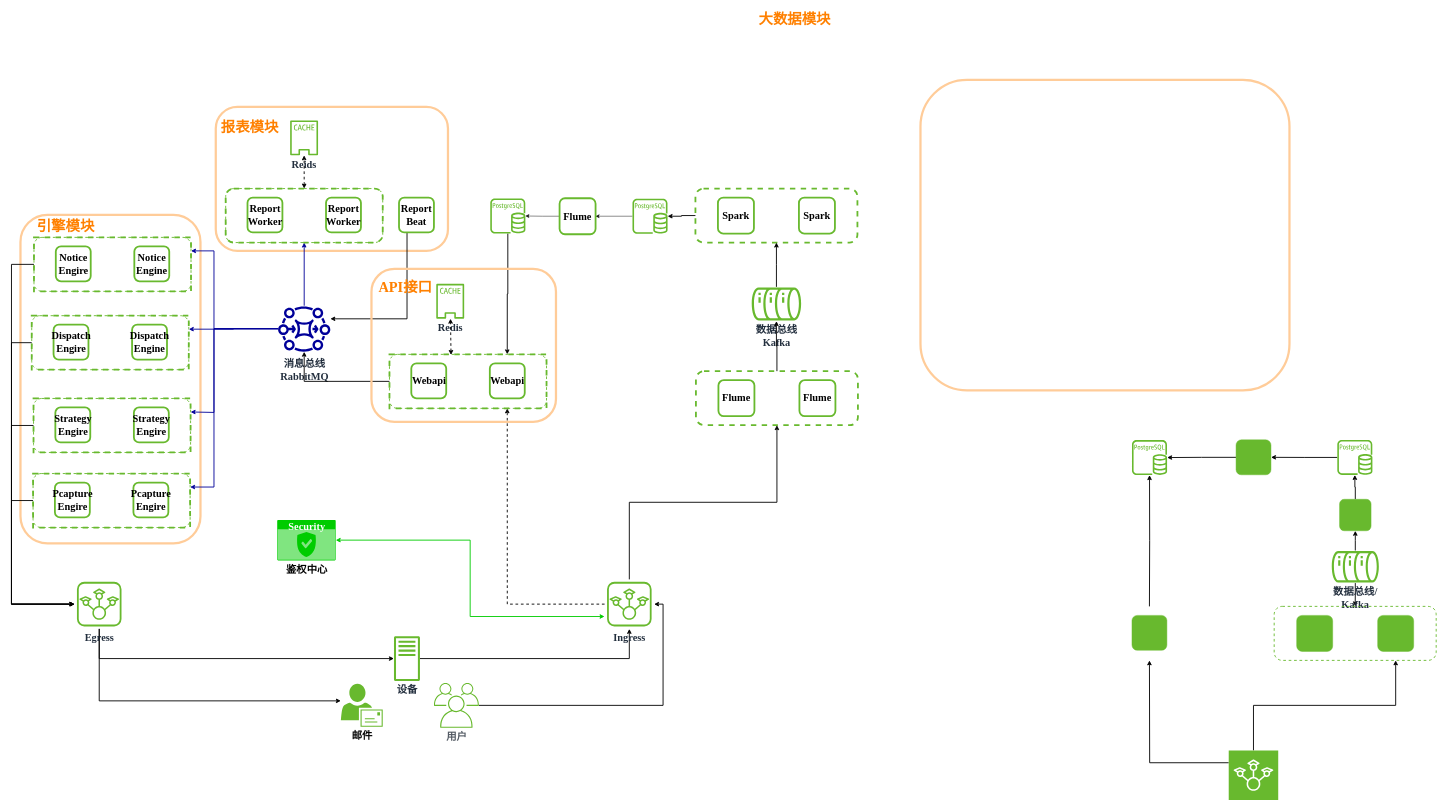
The draw.io diagram arch-2022.drawio in caihuayu0322/drawio-github, before the edit. Source tidied: cells renumbered, new cells numbered last; positions are measured from the earlier drawing's top-left corner, leaving out a move shared by most shapes. Both pictures are drawn from the tidied source at 45%, with x=0, y=0 at pixel (11, 8).
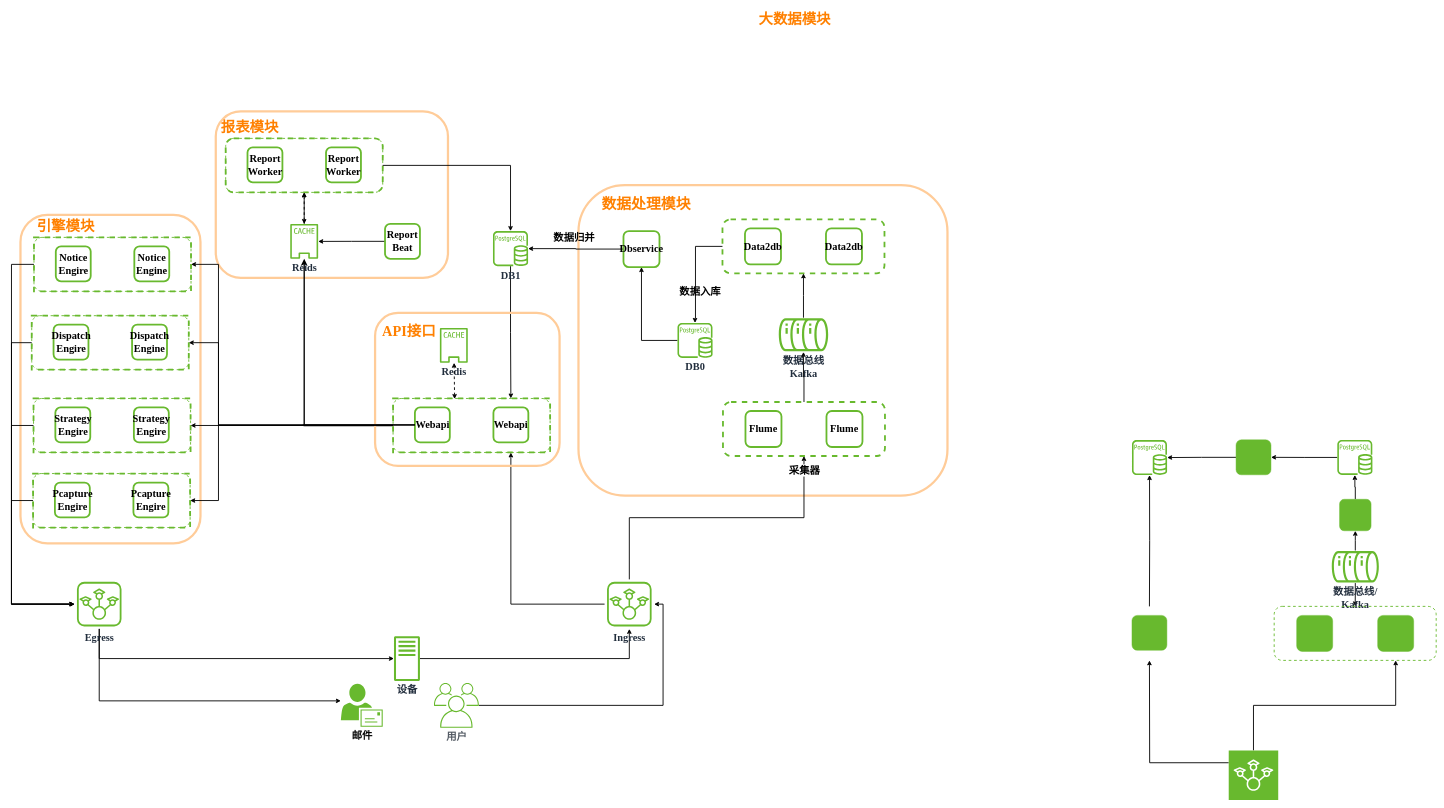
The same diagram, later.

The change refers to these unchanged cells:
```xml
<mxCell id="24" style="edgeStyle=orthogonalEdgeStyle;rounded=0;jettySize=auto;html=1;exitX=0.5;exitY=1;exitDx=0;exitDy=0;exitPerimeter=0;entryX=0.5;entryY=1;entryDx=0;entryDy=0;strokeWidth=2;fontStyle=1;fontFamily=Garamond;fontSize=23;" parent="1" edge="1" source="30" target="92">
  <mxGeometry relative="1" as="geometry" />
</mxCell>
<mxCell id="30" value="Ingress" style="sketch=0;points=[[0,0,0],[0.25,0,0],[0.5,0,0],[0.75,0,0],[1,0,0],[0,1,0],[0.25,1,0],[0.5,1,0],[0.75,1,0],[1,1,0],[0,0.25,0],[0,0.5,0],[0,0.75,0],[1,0.25,0],[1,0.5,0],[1,0.75,0]];outlineConnect=0;fontColor=#232F3E;gradientColor=none;gradientDirection=north;fillColor=none;strokeColor=#68B92E;dashed=0;verticalLabelPosition=bottom;verticalAlign=top;align=center;html=1;fontSize=23;fontStyle=1;shape=mxgraph.aws4.resourceIcon;resIcon=mxgraph.aws4.iot_sitewise;rounded=1;strokeWidth=1;direction=west;fontFamily=Garamond;" parent="1" vertex="1">
  <mxGeometry x="1318" y="1270" width="110" height="110" as="geometry" />
</mxCell>
<mxCell id="39" style="rounded=1;whiteSpace=wrap;html=1;strokeColor=#68B92E;fillColor=none;gradientColor=#68B92E;dashed=1;strokeWidth=2;fontStyle=1;fontFamily=Garamond;fontSize=23;" parent="38" vertex="1">
  <mxGeometry width="349" height="120" as="geometry" />
</mxCell>
<mxCell id="45" style="rounded=1;whiteSpace=wrap;html=1;strokeColor=#68B92E;fillColor=none;gradientColor=#68B92E;dashed=1;strokeWidth=2;fontStyle=1;fontFamily=Garamond;fontSize=23;" parent="44" vertex="1">
  <mxGeometry width="349" height="120" as="geometry" />
</mxCell>
<mxCell id="52" style="rounded=1;whiteSpace=wrap;html=1;strokeColor=#68B92E;fillColor=none;gradientColor=#68B92E;dashed=1;strokeWidth=2;fontStyle=1;fontFamily=Garamond;fontSize=23;" parent="51" vertex="1">
  <mxGeometry width="349" height="120" as="geometry" />
</mxCell>
<mxCell id="57" style="rounded=1;whiteSpace=wrap;html=1;strokeColor=#68B92E;fillColor=none;gradientColor=#68B92E;dashed=1;strokeWidth=2;fontStyle=1;fontFamily=Garamond;fontSize=23;" parent="56" vertex="1">
  <mxGeometry width="349" height="120" as="geometry" />
</mxCell>
<mxCell id="67" style="rounded=1;whiteSpace=wrap;html=1;strokeColor=#68B92E;fillColor=none;gradientColor=#68B92E;dashed=1;strokeWidth=2;fontStyle=1;fontFamily=Garamond;fontSize=23;" parent="66" vertex="1">
  <mxGeometry width="349" height="120" as="geometry" />
</mxCell>
<mxCell id="83" style="rounded=1;whiteSpace=wrap;html=1;strokeColor=#68B92E;fillColor=none;gradientColor=#68B92E;dashed=1;strokeWidth=2;fontStyle=1;fontFamily=Garamond;fontSize=23;" parent="82" vertex="1">
  <mxGeometry width="349" height="120" as="geometry" />
</mxCell>
<mxCell id="84" value="Webapi" style="whiteSpace=wrap;html=1;strokeColor=#68B92E;fillColor=none;gradientColor=#68B92E;rounded=1;fontStyle=1;fontFamily=Garamond;fontSize=23;strokeWidth=4;" parent="82" vertex="1">
  <mxGeometry x="48.5" y="20" width="77.6" height="77.6" as="geometry" />
</mxCell>
<mxCell id="96" style="rounded=1;whiteSpace=wrap;html=1;strokeColor=#68B92E;fillColor=none;gradientColor=#68B92E;dashed=1;strokeWidth=4;fontStyle=1;fontFamily=Garamond;fontSize=23;" parent="95" vertex="1">
  <mxGeometry width="360" height="120" as="geometry" />
</mxCell>
```

The edit, as a diff of the source:
```diff
@@
+    <mxCell id="22" style="rounded=1;whiteSpace=wrap;html=1;shadow=0;sketch=0;strokeColor=#FFCC99;strokeWidth=5;fillColor=none;gradientColor=none;fontStyle=1;fontFamily=Garamond;fontSize=23;" parent="1" vertex="1">
+      <mxGeometry x="1260" y="394" width="820" height="690" as="geometry" />
+    </mxCell>
@@
     <mxCell id="21" style="rounded=1;whiteSpace=wrap;html=1;shadow=0;sketch=0;strokeColor=#FFCC99;strokeWidth=5;fillColor=none;gradientColor=none;fontStyle=1;fontFamily=Garamond;fontSize=23;" parent="1" vertex="1">
-      <mxGeometry x="454" y="220" width="516" height="320" as="geometry" />
+      <mxGeometry x="454" y="230" width="516" height="370" as="geometry" />
     </mxCell>
-    <mxCell id="22" style="rounded=1;whiteSpace=wrap;html=1;shadow=0;sketch=0;strokeColor=#FFCC99;strokeWidth=5;fillColor=none;gradientColor=none;fontStyle=1;fontFamily=Garamond;fontSize=23;" parent="1" vertex="1">
-      <mxGeometry x="2020" y="160" width="820" height="690" as="geometry" />
-    </mxCell>
@@
+    <mxCell id="105" value="&lt;b&gt;采集器&lt;/b&gt;" style="edgeLabel;html=1;align=center;verticalAlign=middle;fontSize=23;" parent="24" vertex="1">
+      <mxGeometry x="0.91" relative="1" as="geometry">
+        <mxPoint y="1" as="offset" />
+      </mxGeometry>
+    </mxCell>
@@
-    <mxCell id="29" style="edgeStyle=orthogonalEdgeStyle;rounded=0;jettySize=auto;html=1;strokeColor=#000000;strokeWidth=2;entryX=0.75;entryY=1;entryDx=0;entryDy=0;fontStyle=1;fontFamily=Garamond;fontSize=23;dashed=1;" parent="1" edge="1" source="30" target="83">
+    <mxCell id="29" style="edgeStyle=orthogonalEdgeStyle;rounded=0;jettySize=auto;html=1;strokeColor=#000000;strokeWidth=2;entryX=0.75;entryY=1;entryDx=0;entryDy=0;fontStyle=1;fontFamily=Garamond;fontSize=23;" parent="1" edge="1" source="30" target="83">
       <mxGeometry relative="1" as="geometry" />
     </mxCell>
@@
-    <mxCell id="31" style="edgeStyle=orthogonalEdgeStyle;rounded=0;jettySize=auto;html=1;entryX=0.5;entryY=1;entryDx=0;entryDy=0;strokeColor=#000099;strokeWidth=2;fontStyle=1;fontFamily=Garamond;fontSize=23;" parent="1" edge="1" source="36" target="39">
-      <mxGeometry relative="1" as="geometry" />
-    </mxCell>
-    <mxCell id="32" style="edgeStyle=orthogonalEdgeStyle;rounded=0;jettySize=auto;html=1;entryX=1;entryY=0.25;entryDx=0;entryDy=0;strokeColor=#000099;strokeWidth=2;fontStyle=1;fontFamily=Garamond;fontSize=23;" parent="1" edge="1" source="36" target="45">
-      <mxGeometry relative="1" as="geometry">
-        <Array as="points">
-          <mxPoint x="450" y="713" />
-          <mxPoint x="450" y="899" />
-        </Array>
-      </mxGeometry>
-    </mxCell>
-    <mxCell id="33" style="edgeStyle=orthogonalEdgeStyle;rounded=0;jettySize=auto;html=1;entryX=1;entryY=0.25;entryDx=0;entryDy=0;strokeColor=#000099;strokeWidth=2;fontStyle=1;fontFamily=Garamond;fontSize=23;" parent="1" edge="1" source="36" target="52">
-      <mxGeometry relative="1" as="geometry" />
-    </mxCell>
-    <mxCell id="34" style="edgeStyle=orthogonalEdgeStyle;rounded=0;jettySize=auto;html=1;entryX=1;entryY=0.25;entryDx=0;entryDy=0;strokeColor=#000099;strokeWidth=2;fontStyle=1;fontFamily=Garamond;fontSize=23;" parent="1" edge="1" source="36" target="57">
-      <mxGeometry relative="1" as="geometry">
-        <Array as="points">
-          <mxPoint x="450" y="713" />
-          <mxPoint x="450" y="540" />
-        </Array>
-      </mxGeometry>
-    </mxCell>
-    <mxCell id="35" style="edgeStyle=orthogonalEdgeStyle;rounded=0;jettySize=auto;html=1;entryX=1;entryY=0.25;entryDx=0;entryDy=0;strokeColor=#000099;strokeWidth=2;fontStyle=1;fontFamily=Garamond;fontSize=23;" parent="1" edge="1" source="36" target="67">
-      <mxGeometry relative="1" as="geometry">
-        <Array as="points">
-          <mxPoint x="450" y="713" />
-          <mxPoint x="450" y="1065" />
-        </Array>
-      </mxGeometry>
-    </mxCell>
-    <mxCell id="36" value="消息总线&lt;br style=&quot;font-size: 23px;&quot;&gt;RabbitMQ" style="sketch=0;outlineConnect=0;fontColor=#232F3E;gradientColor=none;fillColor=#000099;strokeColor=none;dashed=0;verticalLabelPosition=bottom;verticalAlign=top;align=center;html=1;fontSize=23;fontStyle=1;shape=mxgraph.aws4.mq_broker;rounded=1;shadow=0;strokeWidth=1;fontFamily=Garamond;" parent="1" vertex="1">
-      <mxGeometry x="592.5" y="655" width="116" height="116" as="geometry" />
-    </mxCell>
-    <mxCell id="37" style="rounded=0;jettySize=auto;html=1;strokeColor=#000000;exitX=0;exitY=0.5;exitDx=0;exitDy=0;edgeStyle=orthogonalEdgeStyle;strokeWidth=2;fontStyle=1;fontFamily=Garamond;fontSize=23;" parent="1" edge="1" source="83" target="36">
+    <mxCell id="37" style="rounded=0;jettySize=auto;html=1;strokeColor=#000000;exitX=0;exitY=0.5;exitDx=0;exitDy=0;edgeStyle=orthogonalEdgeStyle;strokeWidth=3;fontStyle=1;fontFamily=Garamond;fontSize=23;" parent="1" edge="1" source="83" target="61">
       <mxGeometry relative="1" as="geometry" />
     </mxCell>
     <mxCell id="38" style="group;fontStyle=1;fontFamily=Garamond;fontSize=23;strokeWidth=4;strokeColor=#68B92E;dashed=1;rounded=1;" parent="1" vertex="1">
-      <mxGeometry x="476" y="401.5" width="349" height="120" as="geometry" />
+      <mxGeometry x="476" y="290" width="349" height="120" as="geometry" />
     </mxCell>
@@
-    <mxCell id="42" style="edgeStyle=orthogonalEdgeStyle;rounded=0;jettySize=auto;html=1;strokeColor=#000000;strokeWidth=2;fontStyle=1;fontFamily=Garamond;fontSize=23;" parent="1" edge="1" source="43" target="36">
-      <mxGeometry relative="1" as="geometry">
-        <Array as="points">
-          <mxPoint x="879" y="691" />
-        </Array>
-      </mxGeometry>
-    </mxCell>
+    <mxCell id="106" style="edgeStyle=orthogonalEdgeStyle;rounded=0;jettySize=auto;html=1;strokeWidth=2;" parent="1" edge="1" source="43" target="61">
+      <mxGeometry relative="1" as="geometry" />
+    </mxCell>
     <mxCell id="43" value="Report Beat" style="whiteSpace=wrap;html=1;strokeColor=#68B92E;fillColor=none;gradientColor=#68B92E;rounded=1;fontStyle=1;fontFamily=Garamond;fontSize=23;strokeWidth=4;" parent="1" vertex="1">
-      <mxGeometry x="861.2" y="421.5" width="77.6" height="77.6" as="geometry" />
+      <mxGeometry x="830.1" y="480" width="77.6" height="77.6" as="geometry" />
     </mxCell>
@@
+    <mxCell id="107" style="edgeStyle=orthogonalEdgeStyle;rounded=0;jettySize=auto;html=1;strokeWidth=2;" parent="1" edge="1" source="61" target="39">
+      <mxGeometry relative="1" as="geometry" />
+    </mxCell>
     <mxCell id="61" value="Reids" style="sketch=0;outlineConnect=0;fontColor=#232F3E;gradientColor=none;fillColor=#68B92E;strokeColor=none;dashed=0;verticalLabelPosition=bottom;verticalAlign=top;align=center;html=1;fontSize=23;fontStyle=1;shape=mxgraph.aws4.cached_volume;rounded=1;shadow=0;strokeWidth=1;fontFamily=Garamond;" parent="1" vertex="1">
-      <mxGeometry x="619.3" y="250" width="62" height="78" as="geometry" />
+      <mxGeometry x="619.5" y="480" width="62" height="78" as="geometry" />
     </mxCell>
     <mxCell id="62" style="edgeStyle=orthogonalEdgeStyle;rounded=0;jettySize=auto;html=1;strokeColor=#000000;strokeWidth=2;fontStyle=1;fontFamily=Garamond;fontSize=23;" parent="1" edge="1" source="96" target="90">
-      <mxGeometry relative="1" as="geometry" />
+      <mxGeometry relative="1" as="geometry">
+        <Array as="points">
+          <mxPoint x="1520" y="530" />
+          <mxPoint x="1520" y="689" />
+        </Array>
+      </mxGeometry>
     </mxCell>
-    <mxCell id="63" style="endArrow=classic;startArrow=classic;html=1;rounded=0;dashed=1;strokeColor=#000000;strokeWidth=2;exitX=0.5;exitY=0;exitDx=0;exitDy=0;fontStyle=1;fontFamily=Garamond;fontSize=23;" parent="1" edge="1" source="39" target="61">
+    <mxCell id="63" style="endArrow=classic;startArrow=classic;html=1;rounded=0;dashed=1;strokeColor=#000000;strokeWidth=2;exitX=0.5;exitY=1;exitDx=0;exitDy=0;fontStyle=1;fontFamily=Garamond;fontSize=23;" parent="1" edge="1" source="39" target="61">
       <mxGeometry relative="1" as="geometry" />
     </mxCell>
-    <mxCell id="64" value="Security" style="html=1;strokeColor=none;fillColor=#00CC00;labelPosition=center;verticalLabelPosition=middle;verticalAlign=top;align=center;fontSize=23;outlineConnect=0;spacingTop=-6;fontColor=#FFFFFF;sketch=0;shape=mxgraph.sitemap.security;rounded=1;shadow=0;dashed=1;strokeWidth=1;fontStyle=1;fontFamily=Garamond;" parent="1" vertex="1">
-      <mxGeometry x="590.5" y="1137.8" width="130" height="90" as="geometry" />
-    </mxCell>
-    <mxCell id="65" style="endArrow=classic;startArrow=classic;html=1;rounded=0;strokeColor=#00CC00;strokeWidth=2;exitX=1;exitY=0.5;exitDx=0;exitDy=0;exitPerimeter=0;entryX=1;entryY=0.25;entryDx=0;entryDy=0;entryPerimeter=0;edgeStyle=orthogonalEdgeStyle;fontStyle=1;fontFamily=Garamond;fontSize=23;" parent="1" edge="1" source="64" target="30">
-      <mxGeometry relative="1" as="geometry" />
-    </mxCell>
@@
-    <mxCell id="79" value="&lt;span style=&quot;font-size: 23px;&quot;&gt;&lt;font color=&quot;#000000&quot; style=&quot;font-size: 23px;&quot;&gt;鉴权中心&lt;/font&gt;&lt;/span&gt;" style="text;html=1;align=center;verticalAlign=middle;strokeColor=none;fillColor=none;fontSize=23;fontFamily=Garamond;fontColor=#FF8000;fontStyle=1;" parent="1" vertex="1">
-      <mxGeometry x="595.5" y="1227.8" width="120" height="40" as="geometry" />
-    </mxCell>
     <mxCell id="80" style="group;" parent="1" vertex="1">
-      <mxGeometry x="800" y="580" width="410" height="340" as="geometry" />
+      <mxGeometry x="808" y="678" width="410" height="340" as="geometry" />
     </mxCell>
@@
-    <mxCell id="89" style="edgeStyle=orthogonalEdgeStyle;rounded=0;jettySize=auto;html=1;entryX=1;entryY=0.5;entryDx=0;entryDy=0;" parent="1" edge="1" source="90" target="103">
+    <mxCell id="89" style="edgeStyle=orthogonalEdgeStyle;rounded=0;jettySize=auto;html=1;entryX=0.5;entryY=1;entryDx=0;entryDy=0;strokeWidth=2;" parent="1" edge="1" source="90" target="103">
       <mxGeometry relative="1" as="geometry" />
     </mxCell>
-    <mxCell id="90" style="sketch=0;outlineConnect=0;fontColor=#232F3E;gradientColor=none;fillColor=#68B92E;strokeColor=none;dashed=0;verticalLabelPosition=bottom;verticalAlign=top;align=center;html=1;fontSize=23;fontStyle=1;shape=mxgraph.aws4.rds_postgresql_instance;fontFamily=Garamond;" parent="1" vertex="1">
-      <mxGeometry x="1380" y="424" width="78" height="78" as="geometry" />
+    <mxCell id="90" value="DB0" style="sketch=0;outlineConnect=0;fontColor=#232F3E;gradientColor=none;fillColor=#68B92E;strokeColor=none;dashed=0;verticalLabelPosition=bottom;verticalAlign=top;align=center;html=1;fontSize=23;fontStyle=1;shape=mxgraph.aws4.rds_postgresql_instance;fontFamily=Garamond;" parent="1" vertex="1">
+      <mxGeometry x="1480" y="700" width="78" height="78" as="geometry" />
     </mxCell>
     <mxCell id="91" style="group;fontStyle=1;fontFamily=Garamond;fontSize=23;strokeWidth=4;" parent="1" vertex="1">
-      <mxGeometry x="1521" y="807.3" width="360" height="120" as="geometry" />
+      <mxGeometry x="1581.1" y="875.8" width="360" height="120" as="geometry" />
     </mxCell>
@@
     <mxCell id="95" style="group;" parent="1" vertex="1">
-      <mxGeometry x="1519.9" y="401.5" width="360" height="120" as="geometry" />
+      <mxGeometry x="1580" y="470" width="360" height="120" as="geometry" />
     </mxCell>
@@
-    <mxCell id="97" value="Spark" style="whiteSpace=wrap;html=1;strokeColor=#68B92E;fillColor=none;gradientColor=#68B92E;rounded=1;fontStyle=1;fontFamily=Garamond;fontSize=23;strokeWidth=4;" parent="95" vertex="1">
+    <mxCell id="97" value="Data2db" style="whiteSpace=wrap;html=1;strokeColor=#68B92E;fillColor=none;gradientColor=#68B92E;rounded=1;fontStyle=1;fontFamily=Garamond;fontSize=23;strokeWidth=4;" parent="95" vertex="1">
       <mxGeometry x="50" y="20" width="80" height="80" as="geometry" />
     </mxCell>
-    <mxCell id="98" value="Spark" style="whiteSpace=wrap;html=1;strokeColor=#68B92E;fillColor=none;gradientColor=none;rounded=1;fontStyle=1;fontFamily=Garamond;fontSize=23;strokeWidth=4;" parent="95" vertex="1">
+    <mxCell id="98" value="Data2db" style="whiteSpace=wrap;html=1;strokeColor=#68B92E;fillColor=none;gradientColor=none;rounded=1;fontStyle=1;fontFamily=Garamond;fontSize=23;strokeWidth=4;" parent="95" vertex="1">
       <mxGeometry x="230" y="20" width="80" height="80" as="geometry" />
     </mxCell>
     <mxCell id="99" value="数据总线&lt;br style=&quot;font-size: 23px;&quot;&gt;Kafka" style="sketch=0;outlineConnect=0;fontColor=#232F3E;gradientColor=none;fillColor=#68B92E;strokeColor=none;dashed=0;verticalLabelPosition=bottom;verticalAlign=top;align=center;html=1;fontSize=23;fontStyle=1;shape=mxgraph.aws4.iot_analytics_data_store;rounded=1;strokeWidth=1;direction=south;shadow=0;perimeterSpacing=0;fontFamily=Garamond;" parent="1" vertex="1">
-      <mxGeometry x="1645" y="620" width="109.8" height="76" as="geometry" />
+      <mxGeometry x="1705.1" y="688.5" width="109.8" height="76" as="geometry" />
     </mxCell>
@@
-    <mxCell id="102" style="edgeStyle=orthogonalEdgeStyle;rounded=0;jettySize=auto;html=1;" parent="1" edge="1" source="103" target="104">
+    <mxCell id="102" style="edgeStyle=orthogonalEdgeStyle;rounded=0;jettySize=auto;html=1;strokeWidth=2;" parent="1" edge="1" source="103" target="104">
       <mxGeometry relative="1" as="geometry" />
     </mxCell>
-    <mxCell id="103" value="Flume" style="whiteSpace=wrap;html=1;strokeColor=#68B92E;fillColor=none;gradientColor=none;rounded=1;fontStyle=1;fontFamily=Garamond;fontSize=23;strokeWidth=4;" parent="1" vertex="1">
-      <mxGeometry x="1218" y="423" width="80" height="80" as="geometry" />
+    <mxCell id="103" value="Dbservice" style="whiteSpace=wrap;html=1;strokeColor=#68B92E;fillColor=none;gradientColor=none;rounded=1;fontStyle=1;fontFamily=Garamond;fontSize=23;strokeWidth=4;" parent="1" vertex="1">
+      <mxGeometry x="1360" y="496" width="80" height="80" as="geometry" />
     </mxCell>
-    <mxCell id="104" style="sketch=0;outlineConnect=0;fontColor=#232F3E;gradientColor=none;fillColor=#68B92E;strokeColor=none;dashed=0;verticalLabelPosition=bottom;verticalAlign=top;align=center;html=1;fontSize=23;fontStyle=1;shape=mxgraph.aws4.rds_postgresql_instance;fontFamily=Garamond;" parent="1" vertex="1">
-      <mxGeometry x="1064" y="423.5" width="78" height="78" as="geometry" />
+    <mxCell id="104" value="DB1" style="sketch=0;outlineConnect=0;fontColor=#232F3E;gradientColor=none;fillColor=#68B92E;strokeColor=none;dashed=0;verticalLabelPosition=bottom;verticalAlign=top;align=center;html=1;fontSize=23;fontStyle=1;shape=mxgraph.aws4.rds_postgresql_instance;fontFamily=Garamond;" parent="1" vertex="1">
+      <mxGeometry x="1070" y="496" width="78" height="78" as="geometry" />
     </mxCell>
+    <mxCell id="108" style="edgeStyle=orthogonalEdgeStyle;rounded=0;jettySize=auto;html=1;entryX=1;entryY=0.5;entryDx=0;entryDy=0;strokeWidth=2;" parent="1" edge="1" source="84" target="45">
+      <mxGeometry relative="1" as="geometry" />
+    </mxCell>
+    <mxCell id="109" style="edgeStyle=orthogonalEdgeStyle;rounded=0;jettySize=auto;html=1;entryX=1;entryY=0.5;entryDx=0;entryDy=0;strokeWidth=2;" parent="1" edge="1" source="84" target="52">
+      <mxGeometry relative="1" as="geometry">
+        <Array as="points">
+          <mxPoint x="460" y="927" />
+          <mxPoint x="460" y="744" />
+        </Array>
+      </mxGeometry>
+    </mxCell>
+    <mxCell id="110" style="edgeStyle=orthogonalEdgeStyle;rounded=0;jettySize=auto;html=1;entryX=1;entryY=0.5;entryDx=0;entryDy=0;strokeWidth=2;" parent="1" edge="1" source="84" target="67">
+      <mxGeometry relative="1" as="geometry">
+        <Array as="points">
+          <mxPoint x="460" y="927" />
+          <mxPoint x="460" y="1095" />
+        </Array>
+      </mxGeometry>
+    </mxCell>
+    <mxCell id="111" style="edgeStyle=orthogonalEdgeStyle;rounded=0;jettySize=auto;html=1;entryX=1;entryY=0.5;entryDx=0;entryDy=0;strokeWidth=2;" parent="1" edge="1" source="83" target="57">
+      <mxGeometry relative="1" as="geometry">
+        <Array as="points">
+          <mxPoint x="460" y="928" />
+          <mxPoint x="460" y="570" />
+        </Array>
+      </mxGeometry>
+    </mxCell>
+    <mxCell id="112" value="&lt;b&gt;&lt;font style=&quot;font-size: 23px;&quot;&gt;数据入库&lt;/font&gt;&lt;/b&gt;" style="text;html=1;align=center;verticalAlign=middle;strokeColor=none;fillColor=none;" parent="1" vertex="1">
+      <mxGeometry x="1470" y="610" width="120" height="40" as="geometry" />
+    </mxCell>
+    <mxCell id="113" value="&lt;b&gt;数据归并&lt;/b&gt;" style="text;html=1;align=center;verticalAlign=middle;strokeColor=none;fillColor=none;fontSize=23;" parent="1" vertex="1">
+      <mxGeometry x="1190" y="490" width="120" height="40" as="geometry" />
+    </mxCell>
+    <mxCell id="114" value="&lt;b&gt;&lt;font style=&quot;font-size: 33px;&quot;&gt;数据处理模块&lt;/font&gt;&lt;/b&gt;" style="text;html=1;align=center;verticalAlign=middle;strokeColor=none;fillColor=none;fontSize=23;fontColor=#FF8000;" parent="1" vertex="1">
+      <mxGeometry x="1300" y="410" width="220" height="50" as="geometry" />
+    </mxCell>
+    <mxCell id="115" style="edgeStyle=orthogonalEdgeStyle;rounded=0;jettySize=auto;html=1;strokeWidth=2;fontSize=33;fontColor=#FF8000;" parent="1" edge="1" source="39" target="104">
+      <mxGeometry relative="1" as="geometry" />
+    </mxCell>
```
